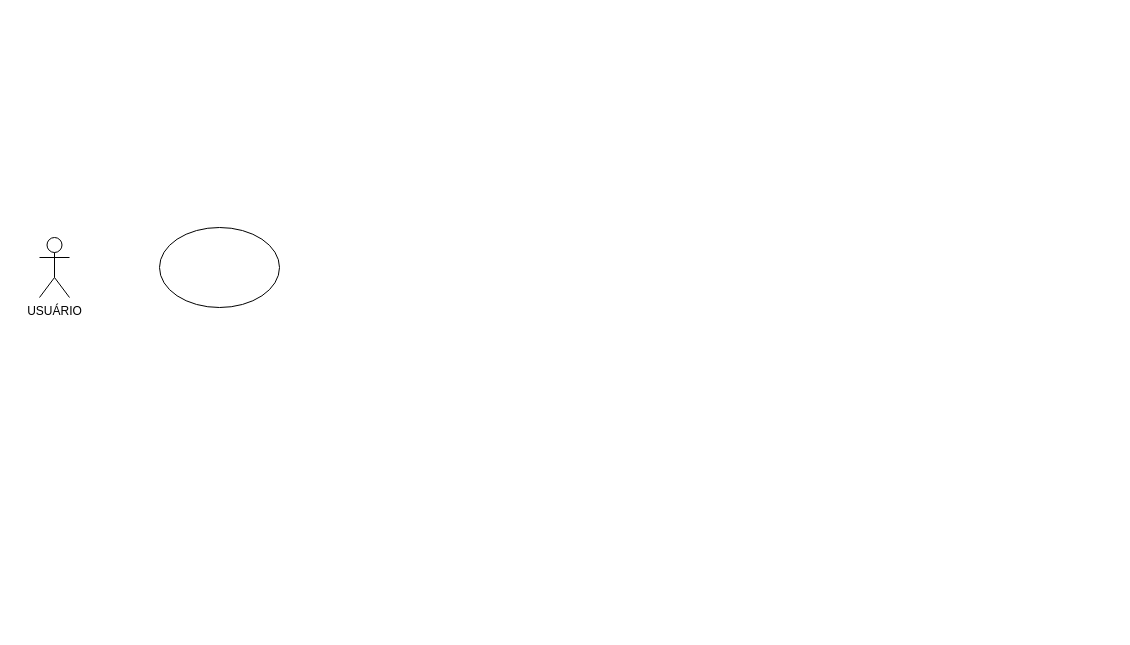
rafaelscatolin/Trabalho-unidade-4 keeps this draw.io diagram as Untitled Diagram.drawio. Above is the earlier version. Source tidied: cells renumbered, new cells numbered last; positions are measured from the earlier drawing's top-left corner, leaving out a move shared by most shapes. Both pictures are drawn from the tidied source at 100%, with x=0, y=0 at pixel (39, 227).
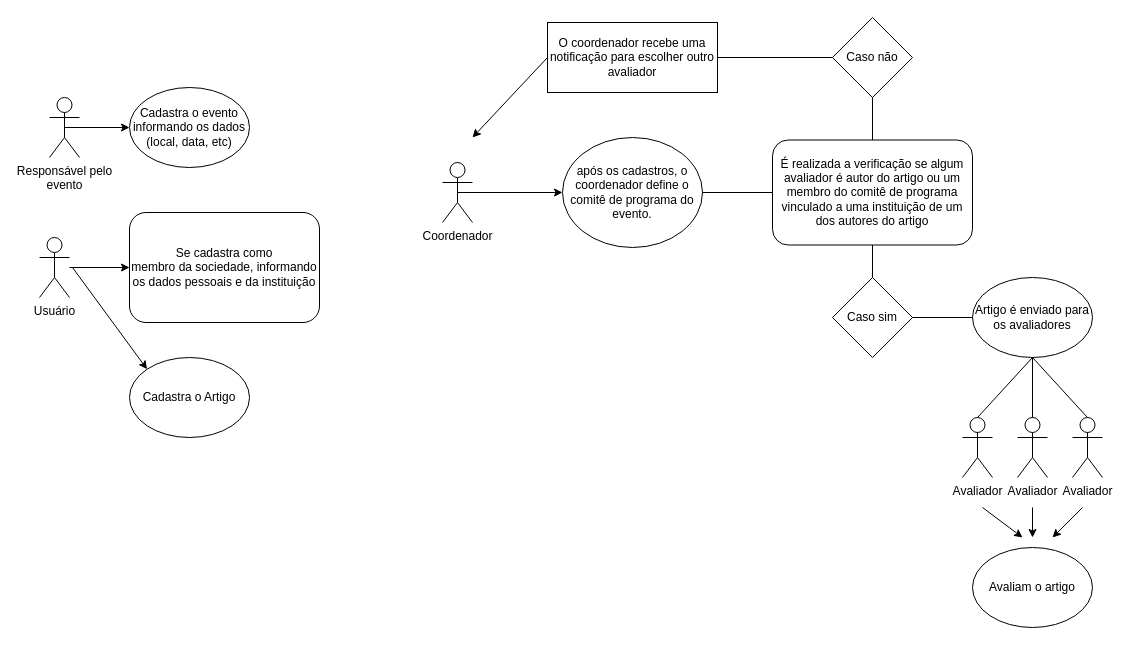
Above is the later version.

Commit message:
Trabalho Unidade 4.drawio

The edit, as a diff of the source:
```diff
@@
-    <mxCell id="2" value="USUÁRIO" style="shape=umlActor;verticalLabelPosition=bottom;verticalAlign=top;html=1;" parent="1" vertex="1">
+    <mxCell id="2" value="Usuário" style="shape=umlActor;verticalLabelPosition=bottom;verticalAlign=top;html=1;" parent="1" vertex="1">
       <mxGeometry y="10" width="30" height="60" as="geometry" />
     </mxCell>
-    <mxCell id="3" style="ellipse;whiteSpace=wrap;html=1;" parent="1" vertex="1">
-      <mxGeometry x="120" width="120" height="80" as="geometry" />
-    </mxCell>
+    <mxCell id="4" style="endArrow=classic;html=1;rounded=0;entryX=0;entryY=0.5;entryDx=0;entryDy=0;" parent="1" edge="1" target="11">
+      <mxGeometry relative="1" as="geometry">
+        <mxPoint x="30" y="40" as="sourcePoint" />
+      </mxGeometry>
+    </mxCell>
+    <mxCell id="5" value="Responsável pelo&lt;br&gt;evento" style="shape=umlActor;verticalLabelPosition=bottom;verticalAlign=top;html=1;outlineConnect=0;" parent="1" vertex="1">
+      <mxGeometry x="10" y="-130" width="30" height="60" as="geometry" />
+    </mxCell>
+    <mxCell id="6" value="Cadastra o evento&lt;br&gt;informando os dados&lt;br&gt;(local, data, etc)" style="ellipse;whiteSpace=wrap;html=1;" parent="1" vertex="1">
+      <mxGeometry x="90" y="-140" width="120" height="80" as="geometry" />
+    </mxCell>
+    <mxCell id="7" style="endArrow=classic;html=1;rounded=0;exitX=0.5;exitY=0.5;exitDx=0;exitDy=0;exitPerimeter=0;" parent="1" edge="1" source="5" target="6">
+      <mxGeometry relative="1" as="geometry" />
+    </mxCell>
+    <mxCell id="8" value="Coordenador" style="shape=umlActor;verticalLabelPosition=bottom;verticalAlign=top;html=1;outlineConnect=0;" parent="1" vertex="1">
+      <mxGeometry x="403" y="-65" width="30" height="60" as="geometry" />
+    </mxCell>
+    <mxCell id="9" value="após os cadastros, o coordenador define o comitê de programa do evento." style="ellipse;whiteSpace=wrap;html=1;" parent="1" vertex="1">
+      <mxGeometry x="523" y="-90" width="140" height="110" as="geometry" />
+    </mxCell>
+    <mxCell id="10" style="endArrow=classic;html=1;rounded=0;exitX=0.5;exitY=0.5;exitDx=0;exitDy=0;exitPerimeter=0;entryX=0;entryY=0.5;entryDx=0;entryDy=0;" parent="1" edge="1" source="8" target="9">
+      <mxGeometry relative="1" as="geometry" />
+    </mxCell>
+    <mxCell id="11" value="&lt;span style=&quot;&quot;&gt;Se cadastra como&lt;/span&gt;&lt;br style=&quot;&quot;&gt;&lt;span style=&quot;&quot;&gt;membro da sociedade, informando os dados pessoais e da instituição&lt;/span&gt;" style="rounded=1;whiteSpace=wrap;html=1;" parent="1" vertex="1">
+      <mxGeometry x="90" y="-15" width="190" height="110" as="geometry" />
+    </mxCell>
+    <mxCell id="12" value="Cadastra o Artigo" style="ellipse;whiteSpace=wrap;html=1;" parent="1" vertex="1">
+      <mxGeometry x="90" y="130" width="120" height="80" as="geometry" />
+    </mxCell>
+    <mxCell id="13" style="endArrow=classic;html=1;rounded=0;entryX=0;entryY=0;entryDx=0;entryDy=0;" parent="1" edge="1" target="12">
+      <mxGeometry relative="1" as="geometry">
+        <mxPoint x="33" y="40" as="sourcePoint" />
+      </mxGeometry>
+    </mxCell>
+    <mxCell id="14" value="Avaliador" style="shape=umlActor;verticalLabelPosition=bottom;verticalAlign=top;html=1;outlineConnect=0;" parent="1" vertex="1">
+      <mxGeometry x="923" y="190" width="30" height="60" as="geometry" />
+    </mxCell>
+    <mxCell id="15" value="Avaliador" style="shape=umlActor;verticalLabelPosition=bottom;verticalAlign=top;html=1;outlineConnect=0;" parent="1" vertex="1">
+      <mxGeometry x="978" y="190" width="30" height="60" as="geometry" />
+    </mxCell>
+    <mxCell id="16" value="Avaliador" style="shape=umlActor;verticalLabelPosition=bottom;verticalAlign=top;html=1;outlineConnect=0;" parent="1" vertex="1">
+      <mxGeometry x="1033" y="190" width="30" height="60" as="geometry" />
+    </mxCell>
+    <mxCell id="17" value="É realizada a verificação se algum avaliador é&amp;nbsp;autor do artigo ou um membro do comitê de programa vinculado a uma instituição de um dos autores do artigo" style="rounded=1;whiteSpace=wrap;html=1;" parent="1" vertex="1">
+      <mxGeometry x="733" y="-87.5" width="200" height="105" as="geometry" />
+    </mxCell>
+    <mxCell id="18" style="endArrow=none;html=1;rounded=0;exitX=1;exitY=0.5;exitDx=0;exitDy=0;entryX=0;entryY=0.5;entryDx=0;entryDy=0;" parent="1" edge="1" source="9" target="17">
+      <mxGeometry relative="1" as="geometry" />
+    </mxCell>
+    <mxCell id="19" value="Caso sim" style="rhombus;whiteSpace=wrap;html=1;" parent="1" vertex="1">
+      <mxGeometry x="793" y="50" width="80" height="80" as="geometry" />
+    </mxCell>
+    <mxCell id="20" value="Caso não" style="rhombus;whiteSpace=wrap;html=1;" parent="1" vertex="1">
+      <mxGeometry x="793" y="-210" width="80" height="80" as="geometry" />
+    </mxCell>
+    <mxCell id="21" value="Artigo é enviado para os avaliadores" style="ellipse;whiteSpace=wrap;html=1;" parent="1" vertex="1">
+      <mxGeometry x="933" y="50" width="120" height="80" as="geometry" />
+    </mxCell>
+    <mxCell id="22" style="endArrow=none;html=1;rounded=0;exitX=0.5;exitY=1;exitDx=0;exitDy=0;" parent="1" edge="1" source="17" target="19">
+      <mxGeometry relative="1" as="geometry" />
+    </mxCell>
+    <mxCell id="23" style="endArrow=none;html=1;rounded=0;exitX=1;exitY=0.5;exitDx=0;exitDy=0;entryX=0;entryY=0.5;entryDx=0;entryDy=0;" parent="1" edge="1" source="19" target="21">
+      <mxGeometry relative="1" as="geometry" />
+    </mxCell>
+    <mxCell id="24" style="endArrow=none;html=1;rounded=0;entryX=0.5;entryY=0;entryDx=0;entryDy=0;exitX=0.5;exitY=1;exitDx=0;exitDy=0;" parent="1" edge="1" source="20" target="17">
+      <mxGeometry relative="1" as="geometry" />
+    </mxCell>
+    <mxCell id="25" value="O coordenador recebe uma notificação para escolher outro avaliador" style="rounded=0;whiteSpace=wrap;html=1;" parent="1" vertex="1">
+      <mxGeometry x="508" y="-205" width="170" height="70" as="geometry" />
+    </mxCell>
+    <mxCell id="26" style="endArrow=none;html=1;rounded=0;entryX=0.5;entryY=1;entryDx=0;entryDy=0;exitX=0.5;exitY=0;exitDx=0;exitDy=0;exitPerimeter=0;" parent="1" edge="1" source="14" target="21">
+      <mxGeometry relative="1" as="geometry" />
+    </mxCell>
+    <mxCell id="27" style="endArrow=none;html=1;rounded=0;entryX=0.5;entryY=1;entryDx=0;entryDy=0;exitX=0.5;exitY=0;exitDx=0;exitDy=0;exitPerimeter=0;" parent="1" edge="1" source="15" target="21">
+      <mxGeometry relative="1" as="geometry" />
+    </mxCell>
+    <mxCell id="28" style="endArrow=none;html=1;rounded=0;entryX=0.5;entryY=1;entryDx=0;entryDy=0;exitX=0.5;exitY=0;exitDx=0;exitDy=0;exitPerimeter=0;" parent="1" edge="1" source="16" target="21">
+      <mxGeometry relative="1" as="geometry" />
+    </mxCell>
+    <mxCell id="29" style="endArrow=none;html=1;rounded=0;entryX=0;entryY=0.5;entryDx=0;entryDy=0;exitX=1;exitY=0.5;exitDx=0;exitDy=0;" parent="1" edge="1" source="25" target="20">
+      <mxGeometry relative="1" as="geometry" />
+    </mxCell>
+    <mxCell id="30" style="endArrow=classic;html=1;rounded=0;exitX=0;exitY=0.5;exitDx=0;exitDy=0;" parent="1" edge="1" source="25">
+      <mxGeometry relative="1" as="geometry">
+        <mxPoint x="433" y="-90" as="targetPoint" />
+      </mxGeometry>
+    </mxCell>
+    <mxCell id="31" value="Avaliam o artigo" style="ellipse;whiteSpace=wrap;html=1;" parent="1" vertex="1">
+      <mxGeometry x="933" y="320" width="120" height="80" as="geometry" />
+    </mxCell>
+    <mxCell id="32" style="endArrow=classic;html=1;rounded=0;" parent="1" edge="1">
+      <mxGeometry relative="1" as="geometry">
+        <mxPoint x="943" y="280" as="sourcePoint" />
+        <mxPoint x="983" y="310" as="targetPoint" />
+      </mxGeometry>
+    </mxCell>
+    <mxCell id="33" style="endArrow=classic;html=1;rounded=0;" parent="1" edge="1">
+      <mxGeometry relative="1" as="geometry">
+        <mxPoint x="993" y="280" as="sourcePoint" />
+        <mxPoint x="993" y="310" as="targetPoint" />
+      </mxGeometry>
+    </mxCell>
+    <mxCell id="34" style="endArrow=classic;html=1;rounded=0;" parent="1" edge="1">
+      <mxGeometry relative="1" as="geometry">
+        <mxPoint x="1043" y="280" as="sourcePoint" />
+        <mxPoint x="1013" y="310" as="targetPoint" />
+      </mxGeometry>
+    </mxCell>
```
